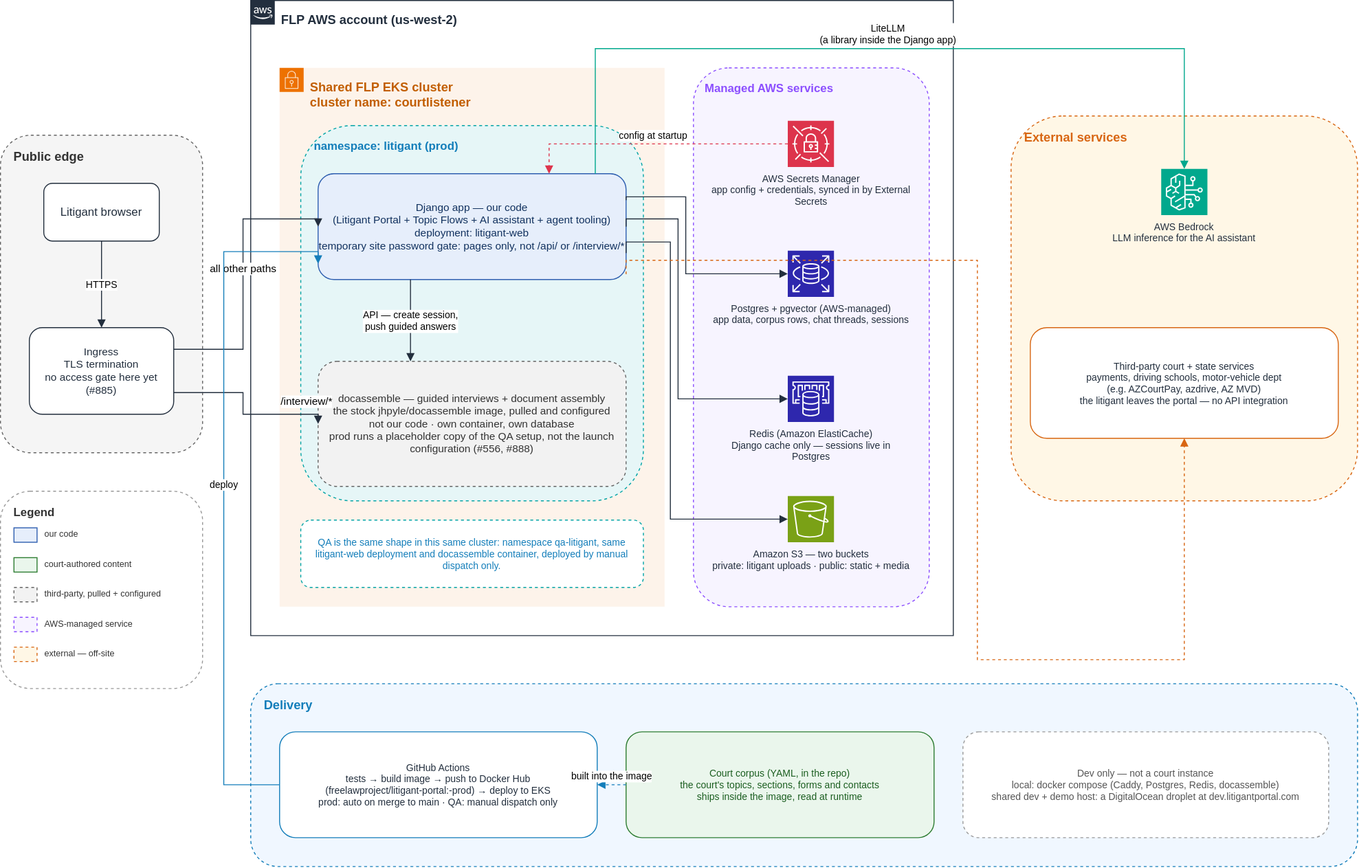
This is docs/architecture/system-architecture.drawio.svg from freelawproject/litigant-portal, a draw.io export, as it was before one commit. Source tidied: cells renumbered, new cells last; positions are measured from the earlier drawing's top-left corner, leaving out a move shared by most shapes.
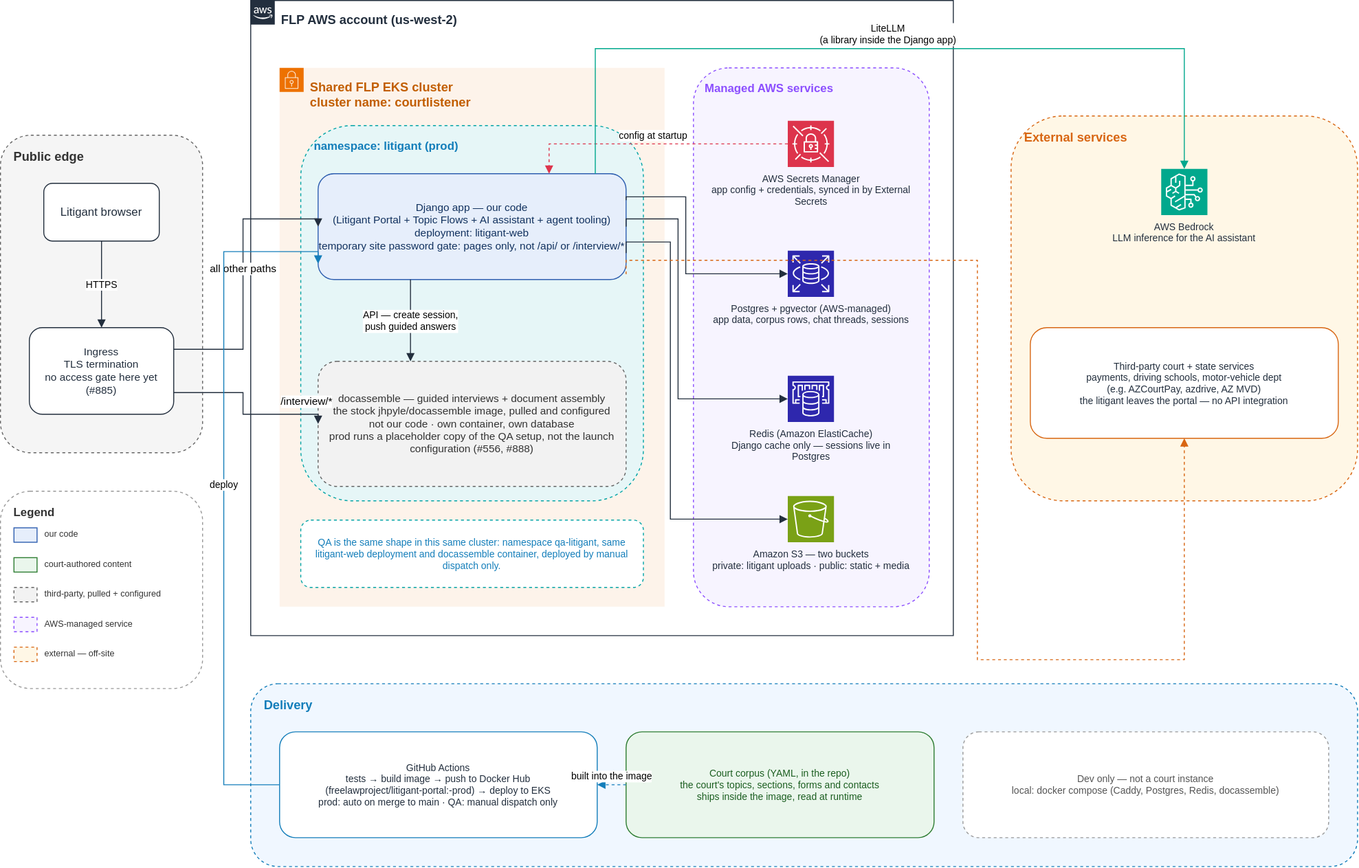
The same diagram one commit later.

Commit message:
docs(architecture): redraw the corpus pipeline around the chat path on main

Diff of the diagram source:
```diff
@@ -62,7 +62,7 @@
     <mxCell id="21" value="Court corpus (YAML, in the repo)&#10;the court's topics, sections, forms and contacts&#10;ships inside the image, read at runtime" style="rounded=1;whiteSpace=wrap;html=1;fillColor=#EAF6EC;strokeColor=#2E7D32;fontColor=#1B5E20;fontSize=10;" parent="1" vertex="1">
       <mxGeometry x="650" y="760" width="320" height="110" as="geometry" />
     </mxCell>
-    <mxCell id="22" value="Dev only — not a court instance&#10;local: docker compose (Caddy, Postgres, Redis, docassemble)&#10;shared dev + demo host: a DigitalOcean droplet at dev.litigantportal.com" style="rounded=1;whiteSpace=wrap;html=1;fillColor=#FFFFFF;strokeColor=#999999;dashed=1;fontColor=#555555;fontSize=10;" parent="1" vertex="1">
+    <mxCell id="22" value="Dev only — not a court instance&#10;local: docker compose (Caddy, Postgres, Redis, docassemble)" style="rounded=1;whiteSpace=wrap;html=1;fillColor=#FFFFFF;strokeColor=#999999;dashed=1;fontColor=#555555;fontSize=10;" parent="1" vertex="1">
       <mxGeometry x="1000" y="760" width="380" height="110" as="geometry" />
     </mxCell>
     <mxCell id="23" value="Legend" style="rounded=1;whiteSpace=wrap;html=1;fillColor=#FFFFFF;strokeColor=#999999;dashed=1;verticalAlign=top;align=left;spacingLeft=12;spacingTop=8;fontColor=#333333;fontSize=12;fontStyle=1;" parent="1" vertex="1">
```
